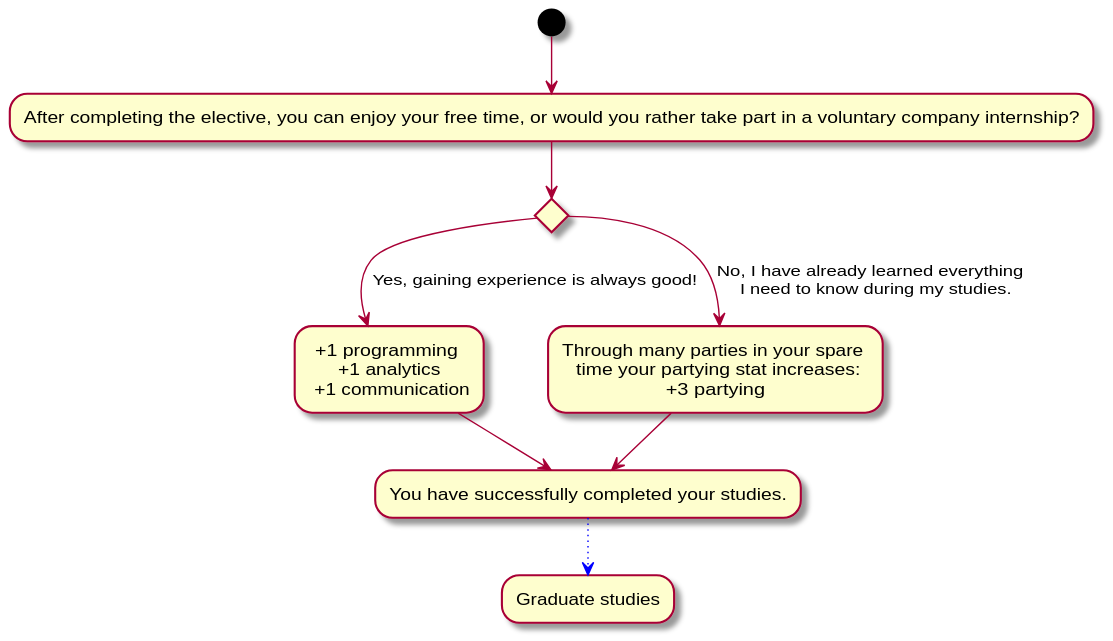
Above: Docs/Technical Specifications/docs/diagrams/StoryFlow/StoryFlow_Decision_3.svg in Brotenko/QualityQuest (PlantUML), before the change.
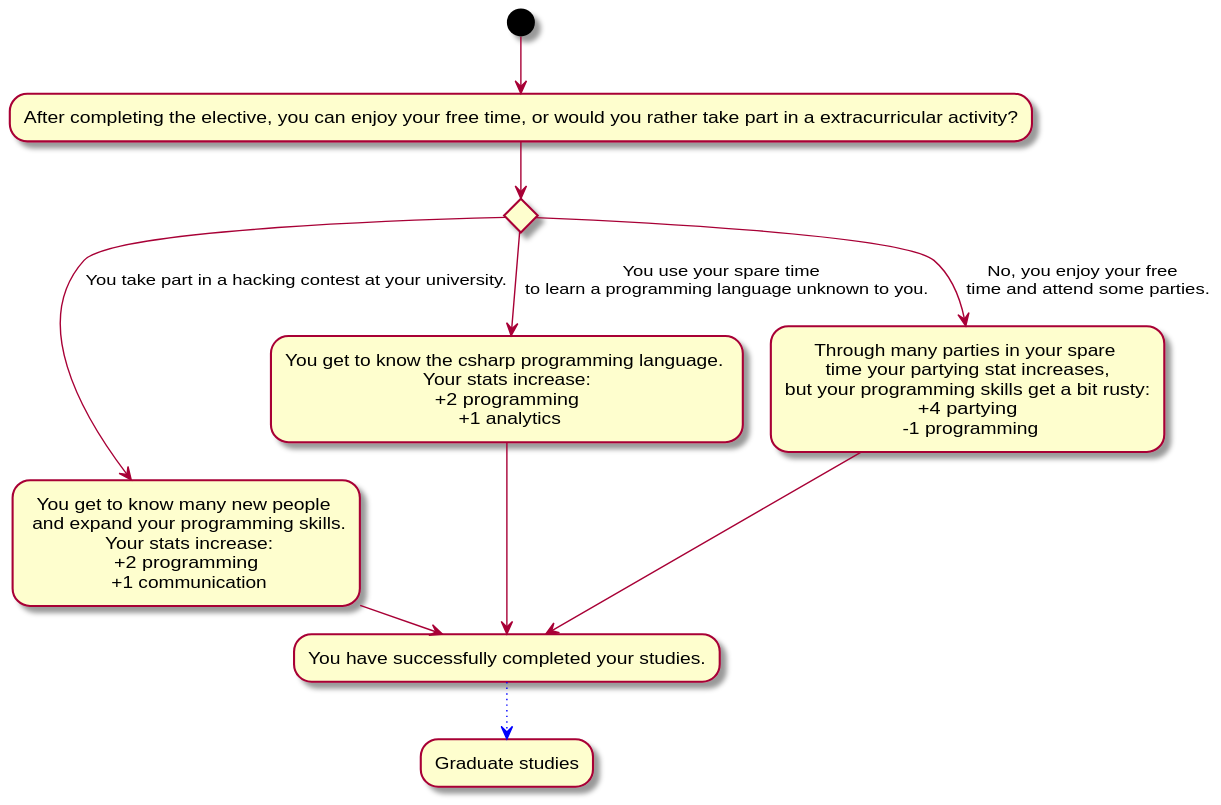
The same file after the commit.

Diff of the diagram source:
```diff
@@ -1,12 +1,15 @@
 @startuml
-(*) --> "After completing the elective, you can enjoy your free time, or would you rather take part in a voluntary company internship?"
+(*) --> "After completing the elective, you can enjoy your free time, or would you rather take part in a extracurricular activity?"
 if "" then
---> [Yes, gaining experience is always good!] "+1 programming \n +1 analytics \n +1 communication" as ja
+--> [You use your spare time \n to learn a programming language unknown to you.] "You get to know the csharp programming language. \n Your stats increase: \n +2 programming \n +1 analytics" as newL
 else
---> [No, I have already learned everything \n I need to know during my studies.] "Through many parties in your spare \n time your partying stat increases:\n +3 partying " as nein
+--> [No, you enjoy your free \n time and attend some parties.] "Through many parties in your spare \n time your partying stat increases, \nbut your programming skills get a bit rusty:\n +4 partying \n -1 programming" as no
+else
+--> [You take part in a hacking contest at your university.] "You get to know many new people \n and expand your programming skills.\n Your stats increase:\n +2 programming \n +1 communication" as contest
 
-ja --> "You have successfully completed your studies." as a
-nein --> a
+newL --> "You have successfully completed your studies." as a
+no --> a
+contest -> a
 
 
 
```
